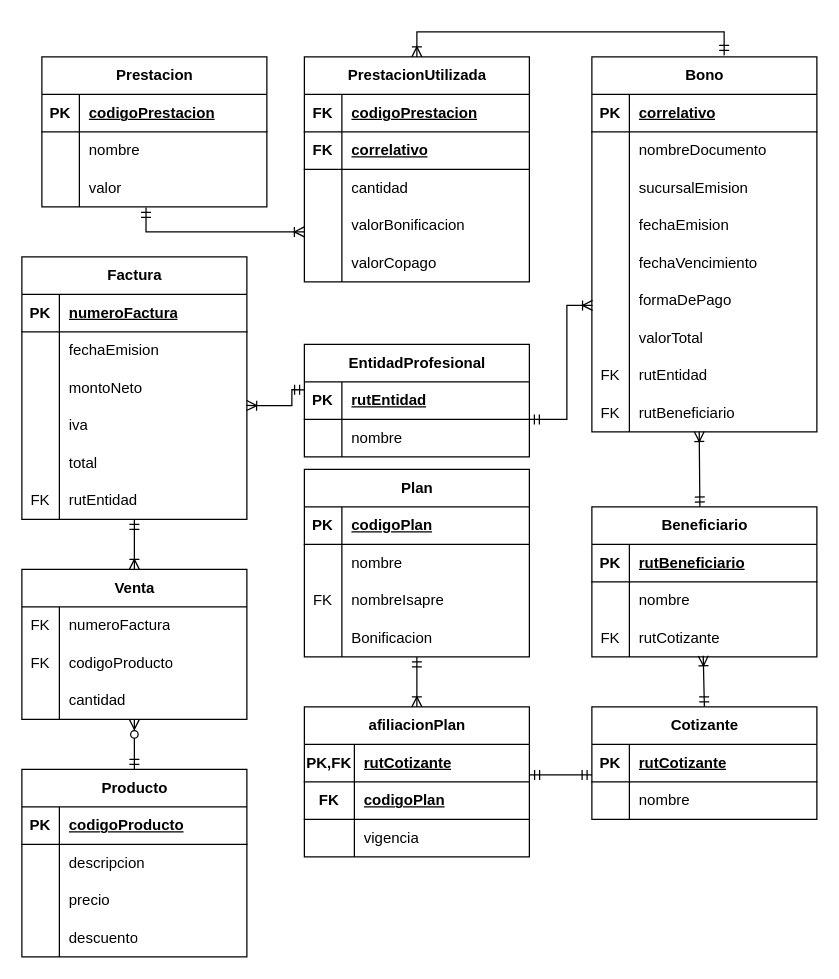
C-bastian-compila/diagrams.net keeps this draw.io diagram as tarea22.drawio. Above is the earlier version. Source tidied: cells renumbered, new cells numbered last; positions are measured from the earlier drawing's top-left corner, leaving out a move shared by most shapes. Both pictures are drawn from the tidied source at 125%, with x=0, y=0 at pixel (21, 31).
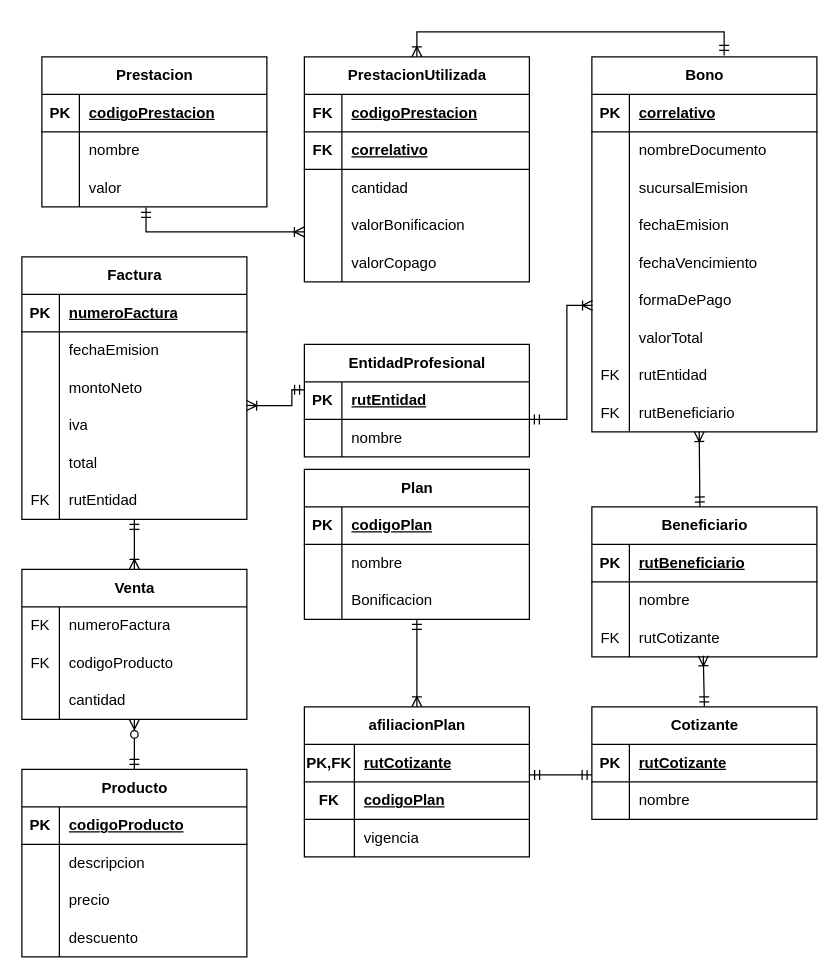
Above is the later version.

What changed in the source:
```diff
@@
     <mxCell id="88" value="Plan" style="shape=table;startSize=30;childLayout=tableLayout;rowLines=0;fontStyle=1;align=center;html=1;" parent="1" vertex="1">
-      <mxGeometry x="226" y="350" width="180" height="150" as="geometry" />
+      <mxGeometry x="226" y="350" width="180" height="120" as="geometry" />
     </mxCell>
@@
-    <mxCell id="95" style="shape=tableRow;horizontal=0;startSize=0;swimlaneHead=0;swimlaneBody=0;fillColor=none;top=0;left=0;right=0;bottom=0;" parent="88" vertex="1">
-      <mxGeometry y="90" width="180" height="30" as="geometry" />
-    </mxCell>
-    <mxCell id="96" value="FK" style="shape=partialRectangle;fillColor=none;top=0;left=0;bottom=0;right=0;overflow=hidden;whiteSpace=wrap;html=1;" parent="95" vertex="1">
-      <mxGeometry width="30" height="30" as="geometry" />
-    </mxCell>
-    <mxCell id="97" value="nombreIsapre" style="shape=partialRectangle;fillColor=none;top=0;left=0;bottom=0;right=0;align=left;spacingLeft=6;overflow=hidden;whiteSpace=wrap;html=1;" parent="95" vertex="1">
-      <mxGeometry x="30" width="150" height="30" as="geometry" />
-    </mxCell>
     <mxCell id="98" style="shape=tableRow;horizontal=0;startSize=0;swimlaneHead=0;swimlaneBody=0;fillColor=none;points=[[0,0.5],[1,0.5]];portConstraint=eastwest;top=0;left=0;right=0;bottom=0;" parent="88" vertex="1">
-      <mxGeometry y="120" width="180" height="30" as="geometry" />
+      <mxGeometry y="90" width="180" height="30" as="geometry" />
     </mxCell>
```
